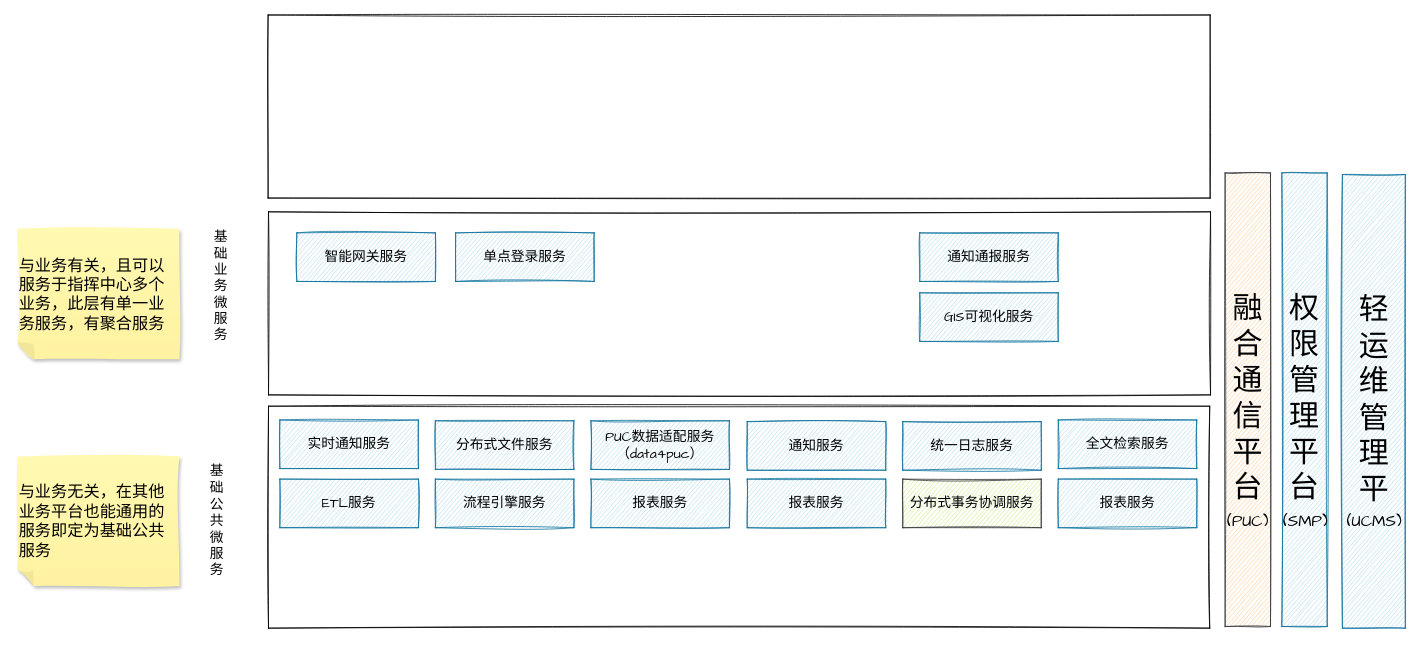
Above: page "服务分层分域结构图" (3 of 3) of 基于云平台的微服务架构.drawio in chensiyu123456/drawio-files (draw.io), before the change. Source tidied: cells renumbered, new cells numbered last; positions are measured from the earlier drawing's top-left corner, leaving out a move shared by most shapes. Both pictures are drawn from the tidied source at 81%, with x=0, y=0 at pixel (17, 15).
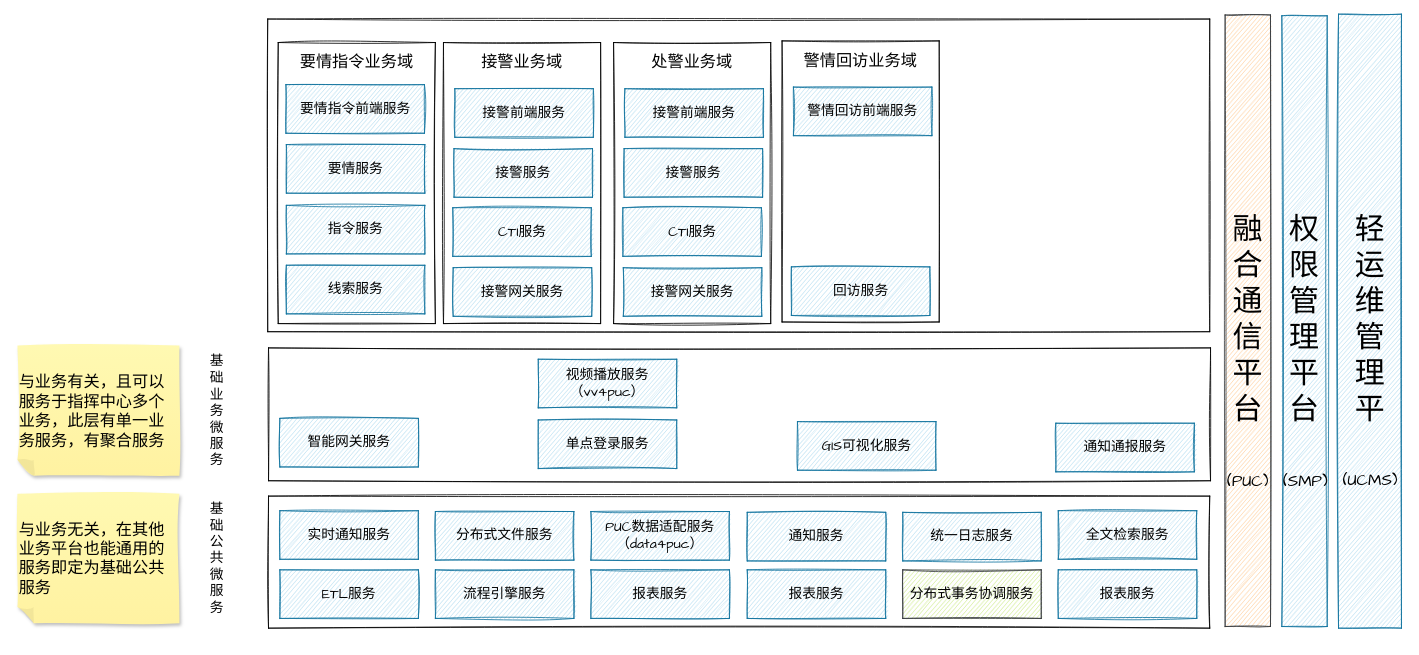
Above is the later version.

Commit message:
更新基于云平台的微服务架构.drawio

Diff of the diagram source:
```diff
@@
     <mxCell id="2" style="rounded=0;whiteSpace=wrap;html=1;sketch=1;hachureGap=4;fontFamily=Architects Daughter;fontSize=17;fontColor=#000000;" parent="1" vertex="1">
-      <mxGeometry x="310" y="483" width="1162" height="274" as="geometry" />
+      <mxGeometry x="310" y="594" width="1162" height="163" as="geometry" />
     </mxCell>
     <mxCell id="3" value="基础公共微服务" style="text;strokeColor=none;fillColor=none;html=1;align=center;verticalAlign=middle;whiteSpace=wrap;rounded=0;sketch=1;hachureGap=4;fontFamily=Architects Daughter;fontSize=17;fontColor=#000000;" parent="1" vertex="1">
-      <mxGeometry x="230" y="523" width="33" height="204" as="geometry" />
+      <mxGeometry x="230" y="569" width="33" height="204" as="geometry" />
     </mxCell>
     <mxCell id="4" value="实时通知服务" style="rounded=0;whiteSpace=wrap;html=1;sketch=1;hachureGap=4;fontFamily=Architects Daughter;fontSize=17;fillColor=#b1ddf0;strokeColor=#10739e;" parent="1" vertex="1">
-      <mxGeometry x="324" y="500" width="171" height="60" as="geometry" />
+      <mxGeometry x="324" y="612" width="171" height="60" as="geometry" />
     </mxCell>
     <mxCell id="5" value="分布式文件服务" style="rounded=0;whiteSpace=wrap;html=1;sketch=1;hachureGap=4;fontFamily=Architects Daughter;fontSize=17;fillColor=#b1ddf0;strokeColor=#10739e;" parent="1" vertex="1">
-      <mxGeometry x="516" y="501" width="171" height="60" as="geometry" />
+      <mxGeometry x="516" y="613" width="171" height="60" as="geometry" />
     </mxCell>
     <mxCell id="6" value="PUC数据适配服务&lt;br&gt;（data4puc）" style="rounded=0;whiteSpace=wrap;html=1;sketch=1;hachureGap=4;fontFamily=Architects Daughter;fontSize=17;fillColor=#b1ddf0;strokeColor=#10739e;" parent="1" vertex="1">
-      <mxGeometry x="708" y="501" width="171" height="60" as="geometry" />
+      <mxGeometry x="708" y="613" width="171" height="60" as="geometry" />
     </mxCell>
     <mxCell id="7" value="通知服务" style="rounded=0;whiteSpace=wrap;html=1;sketch=1;hachureGap=4;fontFamily=Architects Daughter;fontSize=17;fillColor=#b1ddf0;strokeColor=#10739e;" parent="1" vertex="1">
-      <mxGeometry x="901" y="502" width="171" height="60" as="geometry" />
+      <mxGeometry x="901" y="614" width="171" height="60" as="geometry" />
     </mxCell>
     <mxCell id="8" style="rounded=0;whiteSpace=wrap;html=1;sketch=1;hachureGap=4;fontFamily=Architects Daughter;fontSize=17;fontColor=#000000;" parent="1" vertex="1">
-      <mxGeometry x="310" y="243" width="1163" height="226" as="geometry" />
+      <mxGeometry x="310" y="411" width="1163" height="164" as="geometry" />
     </mxCell>
     <mxCell id="9" value="基础业务微服务" style="text;strokeColor=none;fillColor=none;html=1;align=center;verticalAlign=middle;whiteSpace=wrap;rounded=0;sketch=1;hachureGap=4;fontFamily=Architects Daughter;fontSize=17;fontColor=#000000;" parent="1" vertex="1">
-      <mxGeometry x="235" y="233" width="33" height="204" as="geometry" />
+      <mxGeometry x="230" y="387" width="33" height="204" as="geometry" />
     </mxCell>
     <mxCell id="10" value="GIS可视化服务" style="rounded=0;whiteSpace=wrap;html=1;sketch=1;hachureGap=4;fontFamily=Architects Daughter;fontSize=17;fillColor=#b1ddf0;strokeColor=#10739e;" parent="1" vertex="1">
-      <mxGeometry x="1114" y="343" width="171" height="60" as="geometry" />
+      <mxGeometry x="963" y="502" width="171" height="60" as="geometry" />
     </mxCell>
     <mxCell id="11" value="通知通报服务" style="rounded=0;whiteSpace=wrap;html=1;sketch=1;hachureGap=4;fontFamily=Architects Daughter;fontSize=17;fillColor=#b1ddf0;strokeColor=#10739e;" parent="1" vertex="1">
-      <mxGeometry x="1114" y="269" width="171" height="60" as="geometry" />
+      <mxGeometry x="1282" y="504" width="171" height="60" as="geometry" />
     </mxCell>
     <mxCell id="12" value="统一日志服务" style="rounded=0;whiteSpace=wrap;html=1;sketch=1;hachureGap=4;fontFamily=Architects Daughter;fontSize=17;fillColor=#b1ddf0;strokeColor=#10739e;" parent="1" vertex="1">
-      <mxGeometry x="1093" y="502" width="171" height="60" as="geometry" />
+      <mxGeometry x="1093" y="614" width="171" height="60" as="geometry" />
     </mxCell>
     <mxCell id="13" value="全文检索服务" style="rounded=0;whiteSpace=wrap;html=1;sketch=1;hachureGap=4;fontFamily=Architects Daughter;fontSize=17;fillColor=#b1ddf0;strokeColor=#10739e;" parent="1" vertex="1">
-      <mxGeometry x="1285" y="500" width="171" height="60" as="geometry" />
+      <mxGeometry x="1285" y="612" width="171" height="60" as="geometry" />
     </mxCell>
     <mxCell id="14" style="group;" parent="1" vertex="1">
-      <mxGeometry x="1488" y="195" width="61" height="560" as="geometry" />
+      <mxGeometry x="1488" width="61" height="755" as="geometry" />
     </mxCell>
     <mxCell id="15" value="融合通信平台" style="rounded=0;whiteSpace=wrap;html=1;sketch=1;hachureGap=4;fontFamily=Architects Daughter;fontSize=37;fillColor=#ffcc99;strokeColor=#36393d;" parent="14" vertex="1">
-      <mxGeometry x="3" width="56" height="560" as="geometry" />
+      <mxGeometry x="3" width="56" height="755" as="geometry" />
     </mxCell>
     <mxCell id="16" value="(PUC)" style="text;html=1;align=center;verticalAlign=middle;strokeColor=none;fillColor=none;sketch=1;hachureGap=4;fontFamily=Architects Daughter;fontSize=20;fontColor=#000000;" parent="14" vertex="1">
-      <mxGeometry y="416" width="61" height="28" as="geometry" />
+      <mxGeometry y="560.9" width="61" height="28" as="geometry" />
     </mxCell>
     <mxCell id="17" value="ETL服务" style="rounded=0;whiteSpace=wrap;html=1;sketch=1;hachureGap=4;fontFamily=Architects Daughter;fontSize=17;fillColor=#b1ddf0;strokeColor=#10739e;" parent="1" vertex="1">
-      <mxGeometry x="324" y="573" width="171" height="60" as="geometry" />
+      <mxGeometry x="324" y="685" width="171" height="60" as="geometry" />
     </mxCell>
     <mxCell id="18" value="智能网关服务" style="rounded=0;whiteSpace=wrap;html=1;sketch=1;hachureGap=4;fontFamily=Architects Daughter;fontSize=17;fillColor=#b1ddf0;strokeColor=#10739e;" parent="1" vertex="1">
-      <mxGeometry x="345" y="269" width="171" height="60" as="geometry" />
+      <mxGeometry x="324" y="498" width="171" height="60" as="geometry" />
     </mxCell>
     <mxCell id="19" style="group;" parent="1" vertex="1">
-      <mxGeometry x="1557" y="195" width="65" height="560" as="geometry" />
+      <mxGeometry x="1557" y="1" width="65" height="754" as="geometry" />
     </mxCell>
     <mxCell id="20" value="权限管理平台" style="rounded=0;whiteSpace=wrap;html=1;sketch=1;hachureGap=4;fontFamily=Architects Daughter;fontSize=37;fillColor=#b1ddf0;strokeColor=#10739e;" parent="19" vertex="1">
-      <mxGeometry x="4" width="56" height="560" as="geometry" />
+      <mxGeometry x="4" width="56" height="754" as="geometry" />
     </mxCell>
     <mxCell id="21" value="(SMP)" style="text;html=1;align=center;verticalAlign=middle;strokeColor=none;fillColor=none;sketch=1;hachureGap=4;fontFamily=Architects Daughter;fontSize=20;fontColor=#000000;" parent="19" vertex="1">
-      <mxGeometry y="416" width="65" height="28" as="geometry" />
+      <mxGeometry y="560.1" width="65" height="28" as="geometry" />
     </mxCell>
     <mxCell id="22" value="流程引擎服务" style="rounded=0;whiteSpace=wrap;html=1;sketch=1;hachureGap=4;fontFamily=Architects Daughter;fontSize=17;fillColor=#b1ddf0;strokeColor=#10739e;" parent="1" vertex="1">
-      <mxGeometry x="516" y="573" width="171" height="60" as="geometry" />
+      <mxGeometry x="516" y="685" width="171" height="60" as="geometry" />
     </mxCell>
     <mxCell id="23" value="单点登录服务" style="rounded=0;whiteSpace=wrap;html=1;sketch=1;hachureGap=4;fontFamily=Architects Daughter;fontSize=17;fillColor=#b1ddf0;strokeColor=#10739e;" parent="1" vertex="1">
-      <mxGeometry x="541" y="269" width="171" height="60" as="geometry" />
+      <mxGeometry x="643" y="500" width="171" height="60" as="geometry" />
     </mxCell>
     <mxCell id="24" value="轻&lt;br&gt;运&lt;br&gt;维&lt;br&gt;管&lt;br&gt;理&lt;br&gt;平" style="rounded=0;whiteSpace=wrap;html=1;sketch=1;hachureGap=4;fontFamily=Architects Daughter;fontSize=37;fillColor=#b1ddf0;strokeColor=#10739e;" parent="1" vertex="1">
-      <mxGeometry x="1635.8" y="197" width="77.7" height="560" as="geometry" />
+      <mxGeometry x="1631" y="-1" width="77.7" height="758" as="geometry" />
     </mxCell>
     <mxCell id="25" value="(UCMS)" style="text;html=1;align=center;verticalAlign=middle;strokeColor=none;fillColor=none;sketch=1;hachureGap=4;fontFamily=Architects Daughter;fontSize=20;fontColor=#000000;" parent="1" vertex="1">
-      <mxGeometry x="1635.5" y="611" width="78" height="28" as="geometry" />
+      <mxGeometry x="1631" y="560" width="78" height="28" as="geometry" />
     </mxCell>
     <mxCell id="26" value="与业务无关，在其他业务平台也能通用的服务即定为基础公共服务" style="shape=note;whiteSpace=wrap;html=1;backgroundOutline=1;fontColor=#000000;darkOpacity=0.05;fillColor=#FFF9B2;strokeColor=none;fillStyle=solid;direction=west;gradientDirection=north;gradientColor=#FFF2A1;shadow=1;size=20;sketch=1;hachureGap=4;fontFamily=Architects Daughter;fontSize=20;align=left;" parent="1" vertex="1">
-      <mxGeometry y="545" width="200" height="160" as="geometry" />
+      <mxGeometry y="591" width="200" height="160" as="geometry" />
     </mxCell>
     <mxCell id="27" value="与业务有关，且可以服务于指挥中心多个业务，此层有单一业务服务，有聚合服务" style="shape=note;whiteSpace=wrap;html=1;backgroundOutline=1;fontColor=#000000;darkOpacity=0.05;fillColor=#FFF9B2;strokeColor=none;fillStyle=solid;direction=west;gradientDirection=north;gradientColor=#FFF2A1;shadow=1;size=20;sketch=1;hachureGap=4;fontFamily=Architects Daughter;fontSize=20;align=left;" parent="1" vertex="1">
-      <mxGeometry y="264" width="200" height="161" as="geometry" />
+      <mxGeometry y="408" width="200" height="161" as="geometry" />
     </mxCell>
     <mxCell id="28" style="rounded=0;whiteSpace=wrap;html=1;sketch=1;hachureGap=4;fontFamily=Architects Daughter;fontSize=17;fontColor=#000000;" parent="1" vertex="1">
-      <mxGeometry x="309.5" width="1163" height="226" as="geometry" />
+      <mxGeometry x="309" y="5" width="1163" height="386" as="geometry" />
     </mxCell>
     <mxCell id="29" value="报表服务" style="rounded=0;whiteSpace=wrap;html=1;sketch=1;hachureGap=4;fontFamily=Architects Daughter;fontSize=17;fillColor=#b1ddf0;strokeColor=#10739e;" parent="1" vertex="1">
-      <mxGeometry x="708" y="573" width="171" height="60" as="geometry" />
+      <mxGeometry x="708" y="685" width="171" height="60" as="geometry" />
     </mxCell>
     <mxCell id="30" value="报表服务" style="rounded=0;whiteSpace=wrap;html=1;sketch=1;hachureGap=4;fontFamily=Architects Daughter;fontSize=17;fillColor=#b1ddf0;strokeColor=#10739e;" parent="1" vertex="1">
-      <mxGeometry x="901" y="573" width="171" height="60" as="geometry" />
+      <mxGeometry x="901" y="685" width="171" height="60" as="geometry" />
     </mxCell>
     <mxCell id="31" value="分布式事务协调服务" style="rounded=0;whiteSpace=wrap;html=1;sketch=1;hachureGap=4;fontFamily=Architects Daughter;fontSize=17;fillColor=#cdeb8b;strokeColor=#36393d;" parent="1" vertex="1">
-      <mxGeometry x="1093" y="573" width="171" height="60" as="geometry" />
+      <mxGeometry x="1093" y="685" width="171" height="60" as="geometry" />
     </mxCell>
     <mxCell id="32" value="报表服务" style="rounded=0;whiteSpace=wrap;html=1;sketch=1;hachureGap=4;fontFamily=Architects Daughter;fontSize=17;fillColor=#b1ddf0;strokeColor=#10739e;" parent="1" vertex="1">
-      <mxGeometry x="1285" y="573" width="171" height="60" as="geometry" />
+      <mxGeometry x="1285" y="685" width="171" height="60" as="geometry" />
     </mxCell>
+    <mxCell id="33" style="group;" parent="1" vertex="1">
+      <mxGeometry x="322" y="34" width="194" height="347" as="geometry" />
+    </mxCell>
+    <mxCell id="34" style="rounded=0;whiteSpace=wrap;html=1;sketch=1;hachureGap=4;fontFamily=Architects Daughter;fontSize=20;fontColor=#000000;" parent="33" vertex="1">
+      <mxGeometry width="194" height="347" as="geometry" />
+    </mxCell>
+    <mxCell id="35" value="要情服务" style="rounded=0;whiteSpace=wrap;html=1;sketch=1;hachureGap=4;fontFamily=Architects Daughter;fontSize=17;fillColor=#b1ddf0;strokeColor=#10739e;" parent="33" vertex="1">
+      <mxGeometry x="10" y="126" width="171" height="60" as="geometry" />
+    </mxCell>
+    <mxCell id="36" value="指令服务" style="rounded=0;whiteSpace=wrap;html=1;sketch=1;hachureGap=4;fontFamily=Architects Daughter;fontSize=17;fillColor=#b1ddf0;strokeColor=#10739e;" parent="33" vertex="1">
+      <mxGeometry x="10" y="201" width="171" height="60" as="geometry" />
+    </mxCell>
+    <mxCell id="37" value="线索服务" style="rounded=0;whiteSpace=wrap;html=1;sketch=1;hachureGap=4;fontFamily=Architects Daughter;fontSize=17;fillColor=#b1ddf0;strokeColor=#10739e;" parent="33" vertex="1">
+      <mxGeometry x="10" y="275" width="171" height="60" as="geometry" />
+    </mxCell>
+    <mxCell id="38" value="要情指令前端服务" style="rounded=0;whiteSpace=wrap;html=1;sketch=1;hachureGap=4;fontFamily=Architects Daughter;fontSize=17;fillColor=#b1ddf0;strokeColor=#10739e;" parent="33" vertex="1">
+      <mxGeometry x="9.5" y="52" width="171" height="60" as="geometry" />
+    </mxCell>
+    <mxCell id="39" value="要情指令业务域" style="text;strokeColor=none;fillColor=none;html=1;align=center;verticalAlign=middle;whiteSpace=wrap;rounded=0;sketch=1;hachureGap=4;fontFamily=Architects Daughter;fontSize=20;fontColor=#000000;" parent="33" vertex="1">
+      <mxGeometry x="16" y="15" width="162" height="18" as="geometry" />
+    </mxCell>
+    <mxCell id="40" value="视频播放服务&lt;br&gt;（vv4puc）" style="rounded=0;whiteSpace=wrap;html=1;sketch=1;hachureGap=4;fontFamily=Architects Daughter;fontSize=17;fillColor=#b1ddf0;strokeColor=#10739e;" parent="1" vertex="1">
+      <mxGeometry x="643" y="425" width="171" height="60" as="geometry" />
+    </mxCell>
+    <mxCell id="41" style="group;" parent="1" vertex="1">
+      <mxGeometry x="526" y="34" width="194" height="347" as="geometry" />
+    </mxCell>
+    <mxCell id="42" style="rounded=0;whiteSpace=wrap;html=1;sketch=1;hachureGap=4;fontFamily=Architects Daughter;fontSize=20;fontColor=#000000;" parent="41" vertex="1">
+      <mxGeometry width="194" height="347" as="geometry" />
+    </mxCell>
+    <mxCell id="43" value="CTI服务" style="rounded=0;whiteSpace=wrap;html=1;sketch=1;hachureGap=4;fontFamily=Architects Daughter;fontSize=17;fillColor=#b1ddf0;strokeColor=#10739e;" parent="41" vertex="1">
+      <mxGeometry x="11.5" y="204" width="171" height="60" as="geometry" />
+    </mxCell>
+    <mxCell id="44" value="接警网关服务" style="rounded=0;whiteSpace=wrap;html=1;sketch=1;hachureGap=4;fontFamily=Architects Daughter;fontSize=17;fillColor=#b1ddf0;strokeColor=#10739e;" parent="41" vertex="1">
+      <mxGeometry x="12" y="278" width="171" height="60" as="geometry" />
+    </mxCell>
+    <mxCell id="45" value="接警服务" style="rounded=0;whiteSpace=wrap;html=1;sketch=1;hachureGap=4;fontFamily=Architects Daughter;fontSize=17;fillColor=#b1ddf0;strokeColor=#10739e;" parent="41" vertex="1">
+      <mxGeometry x="13" y="131" width="171" height="60" as="geometry" />
+    </mxCell>
+    <mxCell id="46" value="接警业务域" style="text;strokeColor=none;fillColor=none;html=1;align=center;verticalAlign=middle;whiteSpace=wrap;rounded=0;sketch=1;hachureGap=4;fontFamily=Architects Daughter;fontSize=20;fontColor=#000000;" parent="41" vertex="1">
+      <mxGeometry x="16" y="15" width="162" height="18" as="geometry" />
+    </mxCell>
+    <mxCell id="47" value="接警前端服务" style="rounded=0;whiteSpace=wrap;html=1;sketch=1;hachureGap=4;fontFamily=Architects Daughter;fontSize=17;fillColor=#b1ddf0;strokeColor=#10739e;" parent="41" vertex="1">
+      <mxGeometry x="14" y="57" width="171" height="60" as="geometry" />
+    </mxCell>
+    <mxCell id="48" style="group;" parent="1" vertex="1">
+      <mxGeometry x="736" y="34" width="194" height="347" as="geometry" />
+    </mxCell>
+    <mxCell id="49" style="rounded=0;whiteSpace=wrap;html=1;sketch=1;hachureGap=4;fontFamily=Architects Daughter;fontSize=20;fontColor=#000000;" parent="48" vertex="1">
+      <mxGeometry width="194" height="347" as="geometry" />
+    </mxCell>
+    <mxCell id="50" value="CTI服务" style="rounded=0;whiteSpace=wrap;html=1;sketch=1;hachureGap=4;fontFamily=Architects Daughter;fontSize=17;fillColor=#b1ddf0;strokeColor=#10739e;" parent="48" vertex="1">
+      <mxGeometry x="11.5" y="204" width="171" height="60" as="geometry" />
+    </mxCell>
+    <mxCell id="51" value="接警网关服务" style="rounded=0;whiteSpace=wrap;html=1;sketch=1;hachureGap=4;fontFamily=Architects Daughter;fontSize=17;fillColor=#b1ddf0;strokeColor=#10739e;" parent="48" vertex="1">
+      <mxGeometry x="12" y="278" width="171" height="60" as="geometry" />
+    </mxCell>
+    <mxCell id="52" value="接警服务" style="rounded=0;whiteSpace=wrap;html=1;sketch=1;hachureGap=4;fontFamily=Architects Daughter;fontSize=17;fillColor=#b1ddf0;strokeColor=#10739e;" parent="48" vertex="1">
+      <mxGeometry x="13" y="131" width="171" height="60" as="geometry" />
+    </mxCell>
+    <mxCell id="53" value="处警业务域" style="text;strokeColor=none;fillColor=none;html=1;align=center;verticalAlign=middle;whiteSpace=wrap;rounded=0;sketch=1;hachureGap=4;fontFamily=Architects Daughter;fontSize=20;fontColor=#000000;" parent="48" vertex="1">
+      <mxGeometry x="16" y="15" width="162" height="18" as="geometry" />
+    </mxCell>
+    <mxCell id="54" value="接警前端服务" style="rounded=0;whiteSpace=wrap;html=1;sketch=1;hachureGap=4;fontFamily=Architects Daughter;fontSize=17;fillColor=#b1ddf0;strokeColor=#10739e;" parent="48" vertex="1">
+      <mxGeometry x="14" y="57" width="171" height="60" as="geometry" />
+    </mxCell>
+    <mxCell id="55" style="group;" parent="1" vertex="1">
+      <mxGeometry x="944" y="32" width="194" height="347" as="geometry" />
+    </mxCell>
+    <mxCell id="56" style="rounded=0;whiteSpace=wrap;html=1;sketch=1;hachureGap=4;fontFamily=Architects Daughter;fontSize=20;fontColor=#000000;" parent="55" vertex="1">
+      <mxGeometry width="194" height="347" as="geometry" />
+    </mxCell>
+    <mxCell id="57" value="回访服务" style="rounded=0;whiteSpace=wrap;html=1;sketch=1;hachureGap=4;fontFamily=Architects Daughter;fontSize=17;fillColor=#b1ddf0;strokeColor=#10739e;" parent="55" vertex="1">
+      <mxGeometry x="11.5" y="279" width="171" height="60" as="geometry" />
+    </mxCell>
+    <mxCell id="58" value="警情回访业务域" style="text;strokeColor=none;fillColor=none;html=1;align=center;verticalAlign=middle;whiteSpace=wrap;rounded=0;sketch=1;hachureGap=4;fontFamily=Architects Daughter;fontSize=20;fontColor=#000000;" parent="55" vertex="1">
+      <mxGeometry x="16" y="15" width="162" height="18" as="geometry" />
+    </mxCell>
+    <mxCell id="59" value="警情回访前端服务" style="rounded=0;whiteSpace=wrap;html=1;sketch=1;hachureGap=4;fontFamily=Architects Daughter;fontSize=17;fillColor=#b1ddf0;strokeColor=#10739e;" parent="55" vertex="1">
+      <mxGeometry x="14" y="57" width="171" height="60" as="geometry" />
+    </mxCell>
```
